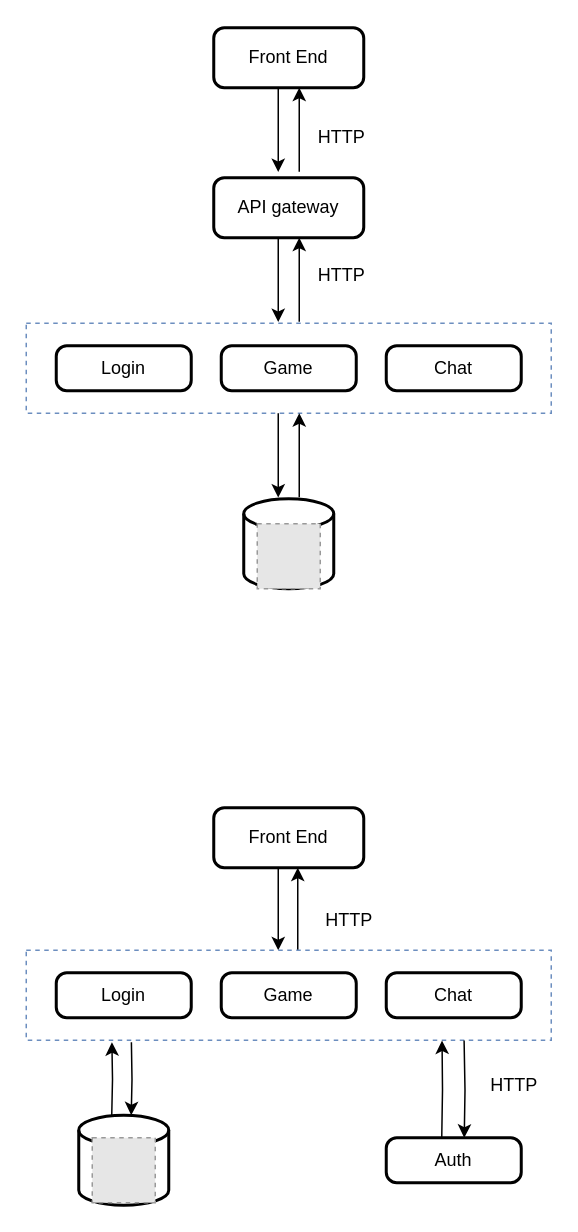
Earlier version of the draw.io diagram page "Micro service" (4 of 4) of Transcendence.drawio (lugonzalg/Diagramas_42). Source tidied: cells renumbered, new cells numbered last; positions are measured from the earlier drawing's top-left corner, leaving out a move shared by most shapes. Both pictures are drawn from the tidied source at 150%, with x=0, y=0 at pixel (26, 27). Pictures stored in the file or linked from it are replaced by grey dashed boxes.
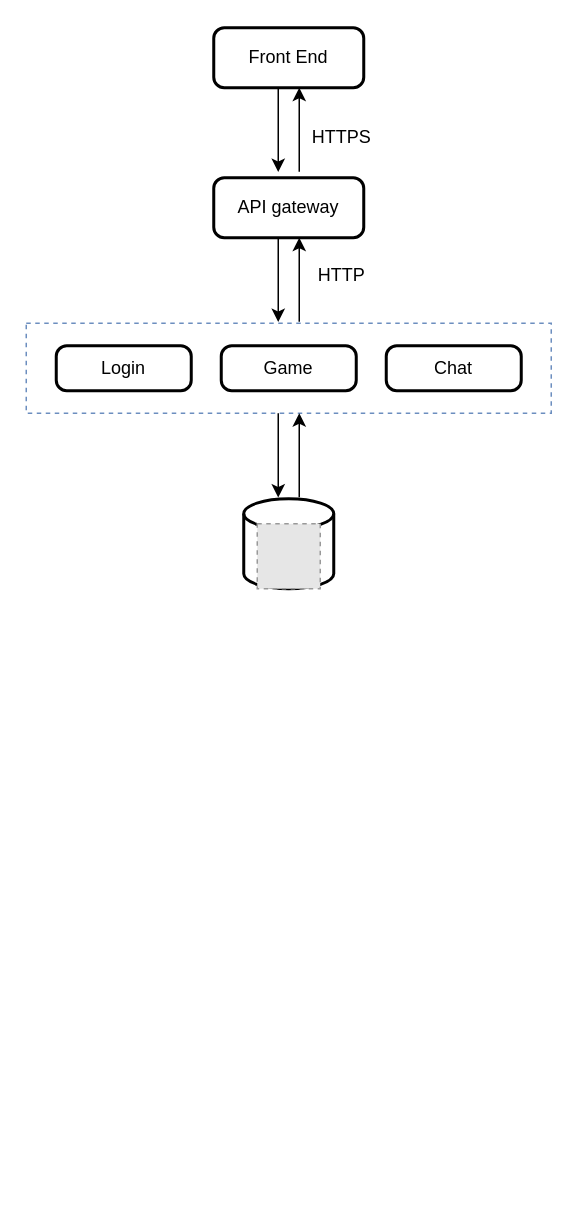
After the change.

The edit, as a diff of the source:
```diff
@@
-    <mxCell id="10" style="edgeStyle=orthogonalEdgeStyle;rounded=0;orthogonalLoop=1;jettySize=auto;html=1;entryX=0.5;entryY=0;entryDx=0;entryDy=0;" parent="1" edge="1">
-      <mxGeometry relative="1" as="geometry">
-        <mxPoint x="168" y="560" as="sourcePoint" />
-        <mxPoint x="168" y="615" as="targetPoint" />
-      </mxGeometry>
-    </mxCell>
-    <mxCell id="11" style="edgeStyle=orthogonalEdgeStyle;rounded=0;orthogonalLoop=1;jettySize=auto;html=1;entryX=0.5;entryY=0;entryDx=0;entryDy=0;startArrow=classic;startFill=1;endArrow=none;endFill=0;" parent="1" edge="1">
-      <mxGeometry relative="1" as="geometry">
-        <mxPoint x="181" y="560" as="sourcePoint" />
-        <mxPoint x="181" y="615" as="targetPoint" />
-      </mxGeometry>
-    </mxCell>
-    <mxCell id="12" value="Front End" style="rounded=1;whiteSpace=wrap;html=1;absoluteArcSize=1;arcSize=14;strokeWidth=2;" parent="1" vertex="1">
-      <mxGeometry x="125" y="520" width="100" height="40" as="geometry" />
-    </mxCell>
-    <mxCell id="13" value="Login" style="rounded=1;whiteSpace=wrap;html=1;absoluteArcSize=1;arcSize=14;strokeWidth=2;" parent="1" vertex="1">
-      <mxGeometry x="20" y="630" width="90" height="30" as="geometry" />
-    </mxCell>
-    <mxCell id="14" value="Game" style="rounded=1;whiteSpace=wrap;html=1;absoluteArcSize=1;arcSize=14;strokeWidth=2;" parent="1" vertex="1">
-      <mxGeometry x="130" y="630" width="90" height="30" as="geometry" />
-    </mxCell>
-    <mxCell id="15" value="Chat" style="rounded=1;whiteSpace=wrap;html=1;absoluteArcSize=1;arcSize=14;strokeWidth=2;" parent="1" vertex="1">
-      <mxGeometry x="240" y="630" width="90" height="30" as="geometry" />
-    </mxCell>
-    <mxCell id="16" style="strokeWidth=2;html=1;shape=mxgraph.flowchart.database;whiteSpace=wrap;" parent="1" vertex="1">
-      <mxGeometry x="35" y="725" width="60" height="60" as="geometry" />
-    </mxCell>
-    <mxCell id="17" value="Auth" style="rounded=1;whiteSpace=wrap;html=1;absoluteArcSize=1;arcSize=14;strokeWidth=2;" parent="1" vertex="1">
-      <mxGeometry x="240" y="740" width="90" height="30" as="geometry" />
-    </mxCell>
-    <mxCell id="18" style="rounded=0;whiteSpace=wrap;html=1;fillColor=none;strokeColor=#6c8ebf;dashed=1;" parent="1" vertex="1">
-      <mxGeometry y="615" width="350" height="60" as="geometry" />
-    </mxCell>
-    <mxCell id="19" style="edgeStyle=orthogonalEdgeStyle;rounded=0;orthogonalLoop=1;jettySize=auto;html=1;entryX=0.186;entryY=1.021;entryDx=0;entryDy=0;entryPerimeter=0;" parent="1" edge="1">
-      <mxGeometry relative="1" as="geometry">
-        <mxPoint x="57" y="725" as="sourcePoint" />
-        <mxPoint x="57.1" y="676.3" as="targetPoint" />
-      </mxGeometry>
-    </mxCell>
-    <mxCell id="20" style="edgeStyle=orthogonalEdgeStyle;rounded=0;orthogonalLoop=1;jettySize=auto;html=1;entryX=0.186;entryY=1.021;entryDx=0;entryDy=0;entryPerimeter=0;startArrow=classic;startFill=1;endArrow=none;endFill=0;" parent="1" edge="1">
-      <mxGeometry relative="1" as="geometry">
-        <mxPoint x="70" y="725" as="sourcePoint" />
-        <mxPoint x="70.1" y="676.3" as="targetPoint" />
-      </mxGeometry>
-    </mxCell>
-    <mxCell id="21" style="edgeStyle=orthogonalEdgeStyle;rounded=0;orthogonalLoop=1;jettySize=auto;html=1;entryX=0.815;entryY=1.004;entryDx=0;entryDy=0;entryPerimeter=0;" parent="1" edge="1">
-      <mxGeometry relative="1" as="geometry">
-        <mxPoint x="277" y="740" as="sourcePoint" />
-        <mxPoint x="277.2" y="675.2" as="targetPoint" />
-      </mxGeometry>
-    </mxCell>
-    <mxCell id="22" style="edgeStyle=orthogonalEdgeStyle;rounded=0;orthogonalLoop=1;jettySize=auto;html=1;entryX=0.814;entryY=1.004;entryDx=0;entryDy=0;entryPerimeter=0;startArrow=classic;startFill=1;endArrow=none;endFill=0;" parent="1" edge="1">
-      <mxGeometry relative="1" as="geometry">
-        <mxPoint x="292" y="740" as="sourcePoint" />
-        <mxPoint x="291.9" y="675.2" as="targetPoint" />
-      </mxGeometry>
-    </mxCell>
-    <mxCell id="23" style="fillColor=#E6E6E6;strokeColor=#999999;dashed=1;verticalLabelPosition=bottom;verticalAlign=top;" parent="1" vertex="1">
-      <mxGeometry x="44" y="740" width="42" height="43.3" as="geometry" />
-    </mxCell>
@@
-    <mxCell id="30" value="HTTP" style="text;html=1;align=center;verticalAlign=middle;strokeColor=none;fillColor=none;" parent="1" vertex="1">
-      <mxGeometry x="185" y="58" width="50" height="30" as="geometry" />
+    <mxCell id="30" value="HTTPS" style="text;html=1;align=center;verticalAlign=middle;strokeColor=none;fillColor=none;" parent="1" vertex="1">
+      <mxGeometry x="180" y="58" width="60" height="30" as="geometry" />
     </mxCell>
@@
-    <mxCell id="32" value="HTTP" style="text;html=1;align=center;verticalAlign=middle;strokeColor=none;fillColor=none;" parent="1" vertex="1">
-      <mxGeometry x="190" y="580" width="50" height="30" as="geometry" />
-    </mxCell>
-    <mxCell id="33" value="HTTP" style="text;html=1;align=center;verticalAlign=middle;strokeColor=none;fillColor=none;" parent="1" vertex="1">
-      <mxGeometry x="300" y="690" width="50" height="30" as="geometry" />
-    </mxCell>
```
